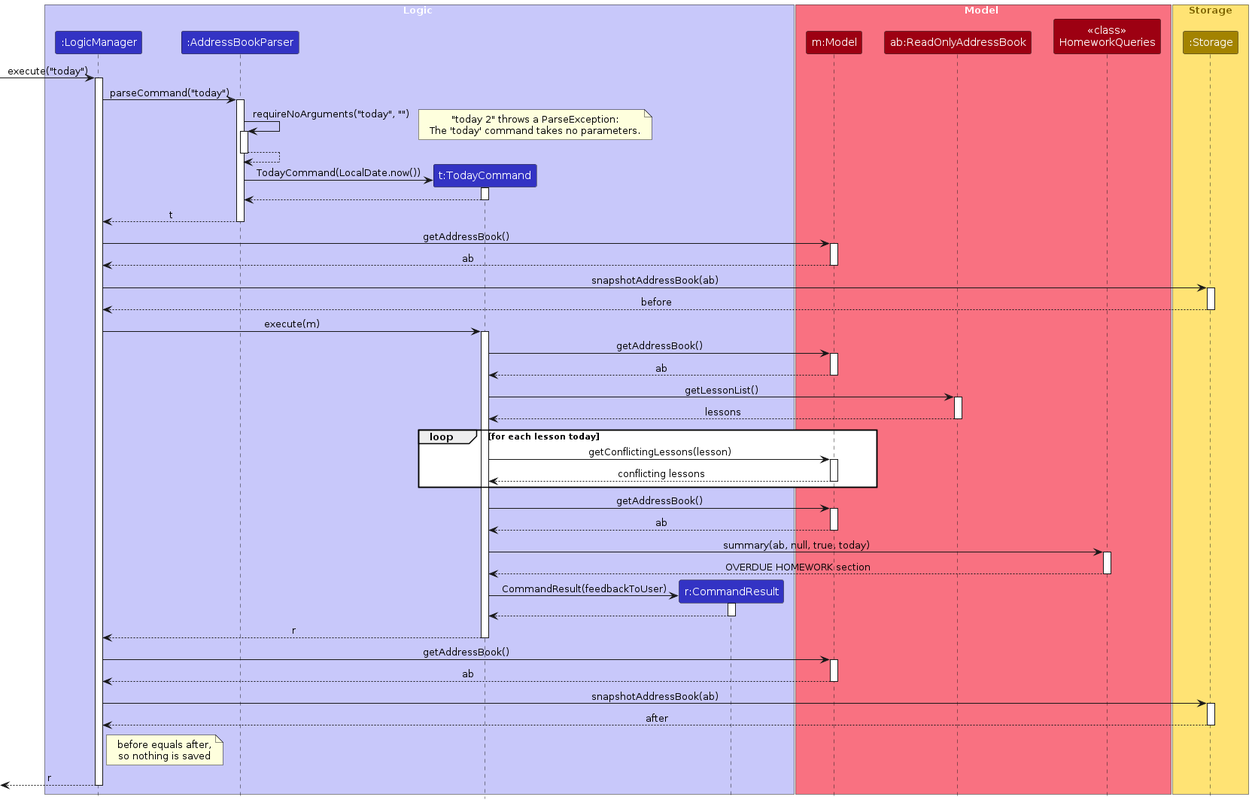
AY2627S1-CS2103T-F15-1/tp keeps this PlantUML diagram as diagrams/TodaySequenceDiagram.png. Above is the earlier version. Its source is kept beside it as diagrams/TodaySequenceDiagram.puml. The source it was exported from:
```plantuml
@startuml
!include style.puml
skinparam ArrowFontStyle plain

box Logic LOGIC_COLOR_T1
participant ":LogicManager" as LogicManager LOGIC_COLOR
participant ":AddressBookParser" as AddressBookParser LOGIC_COLOR
participant "t:TodayCommand" as TodayCommand LOGIC_COLOR
participant "r:CommandResult" as CommandResult LOGIC_COLOR
end box

box Model MODEL_COLOR_T1
participant "m:Model" as Model MODEL_COLOR
participant "ab:ReadOnlyAddressBook" as ReadOnlyAddressBook MODEL_COLOR
participant "<<class>>\nHomeworkQueries" as HomeworkQueries MODEL_COLOR
end box

box "<color:#806600>Storage</color>" STORAGE_COLOR_T1
participant ":Storage" as Storage STORAGE_COLOR
end box

[-> LogicManager : execute("today")
activate LogicManager

LogicManager -> AddressBookParser : parseCommand("today")
activate AddressBookParser

AddressBookParser -> AddressBookParser : requireNoArguments("today", "")
activate AddressBookParser
note right
  "today 2" throws a ParseException:
  The 'today' command takes no parameters.
end note
AddressBookParser --> AddressBookParser
deactivate AddressBookParser

create TodayCommand
AddressBookParser -> TodayCommand : TodayCommand(LocalDate.now())
activate TodayCommand
TodayCommand --> AddressBookParser
deactivate TodayCommand

AddressBookParser --> LogicManager : t
deactivate AddressBookParser

LogicManager -> Model : getAddressBook()
activate Model
Model --> LogicManager : ab
deactivate Model

LogicManager -> Storage : snapshotAddressBook(ab)
activate Storage
Storage --> LogicManager : before
deactivate Storage

LogicManager -> TodayCommand : execute(m)
activate TodayCommand

TodayCommand -> Model : getAddressBook()
activate Model
Model --> TodayCommand : ab
deactivate Model

TodayCommand -> ReadOnlyAddressBook : getLessonList()
activate ReadOnlyAddressBook
ReadOnlyAddressBook --> TodayCommand : lessons
deactivate ReadOnlyAddressBook

loop for each lesson today
    TodayCommand -> Model : getConflictingLessons(lesson)
    activate Model
    Model --> TodayCommand : conflicting lessons
    deactivate Model
end

TodayCommand -> Model : getAddressBook()
activate Model
Model --> TodayCommand : ab
deactivate Model

TodayCommand -> HomeworkQueries : summary(ab, null, true, today)
activate HomeworkQueries
HomeworkQueries --> TodayCommand : OVERDUE HOMEWORK section
deactivate HomeworkQueries

create CommandResult
TodayCommand -> CommandResult : CommandResult(feedbackToUser)
activate CommandResult
CommandResult --> TodayCommand
deactivate CommandResult

TodayCommand --> LogicManager : r
deactivate TodayCommand

LogicManager -> Model : getAddressBook()
activate Model
Model --> LogicManager : ab
deactivate Model

LogicManager -> Storage : snapshotAddressBook(ab)
activate Storage
Storage --> LogicManager : after
deactivate Storage

note right of LogicManager
  before equals after,
  so nothing is saved
end note

[<--LogicManager : r
deactivate LogicManager
@enduml
```
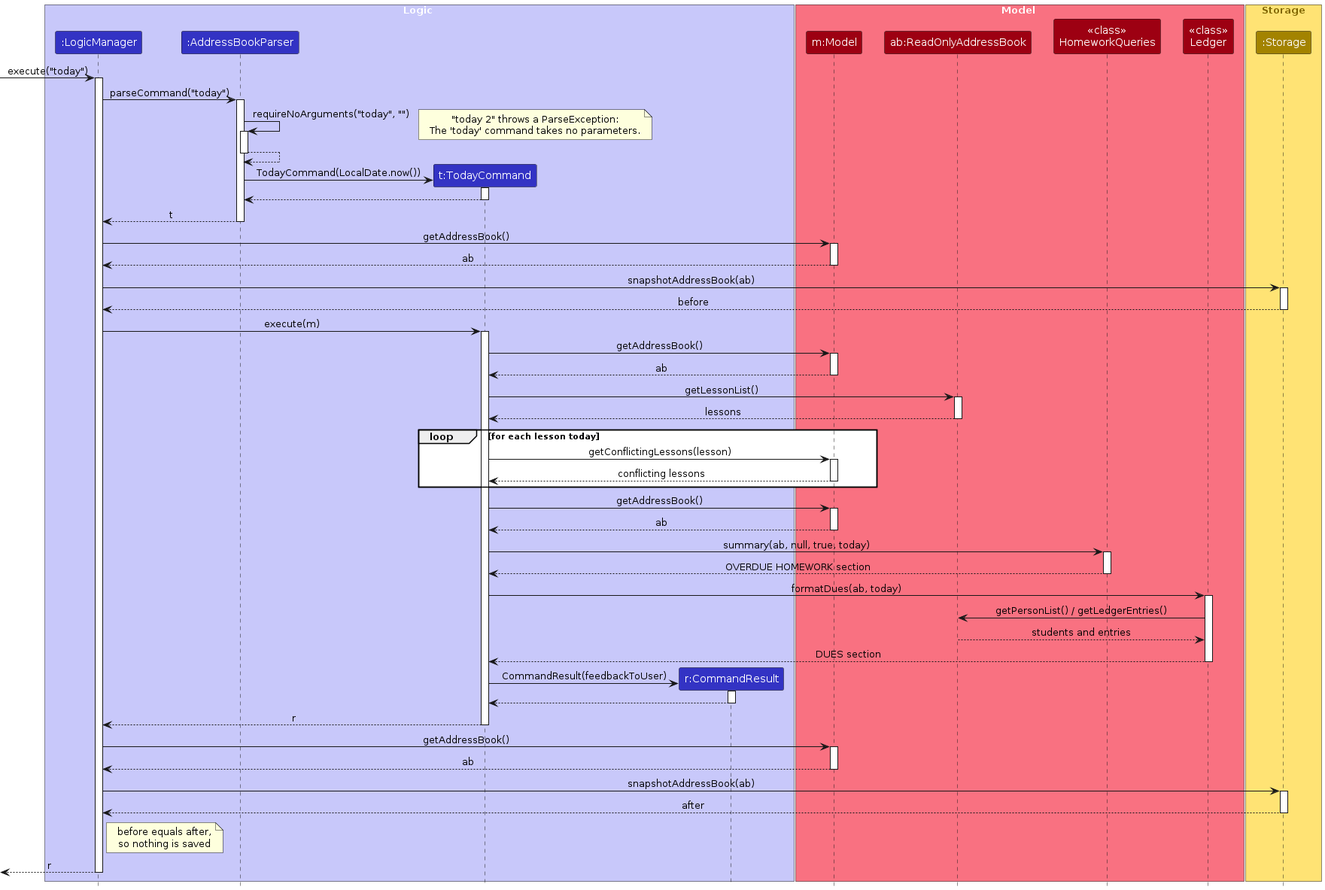
Later version of the same file.

What changed in the source:
```diff
@@ -13,6 +13,7 @@
 participant "m:Model" as Model MODEL_COLOR
 participant "ab:ReadOnlyAddressBook" as ReadOnlyAddressBook MODEL_COLOR
 participant "<<class>>\nHomeworkQueries" as HomeworkQueries MODEL_COLOR
+participant "<<class>>\nLedger" as Ledger MODEL_COLOR
 end box
 
 box "<color:#806600>Storage</color>" STORAGE_COLOR_T1
@@ -83,6 +84,13 @@
 HomeworkQueries --> TodayCommand : OVERDUE HOMEWORK section
 deactivate HomeworkQueries
 
+TodayCommand -> Ledger : formatDues(ab, today)
+activate Ledger
+Ledger -> ReadOnlyAddressBook : getPersonList() / getLedgerEntries()
+ReadOnlyAddressBook --> Ledger : students and entries
+Ledger --> TodayCommand : DUES section
+deactivate Ledger
+
 create CommandResult
 TodayCommand -> CommandResult : CommandResult(feedbackToUser)
 activate CommandResult
```
